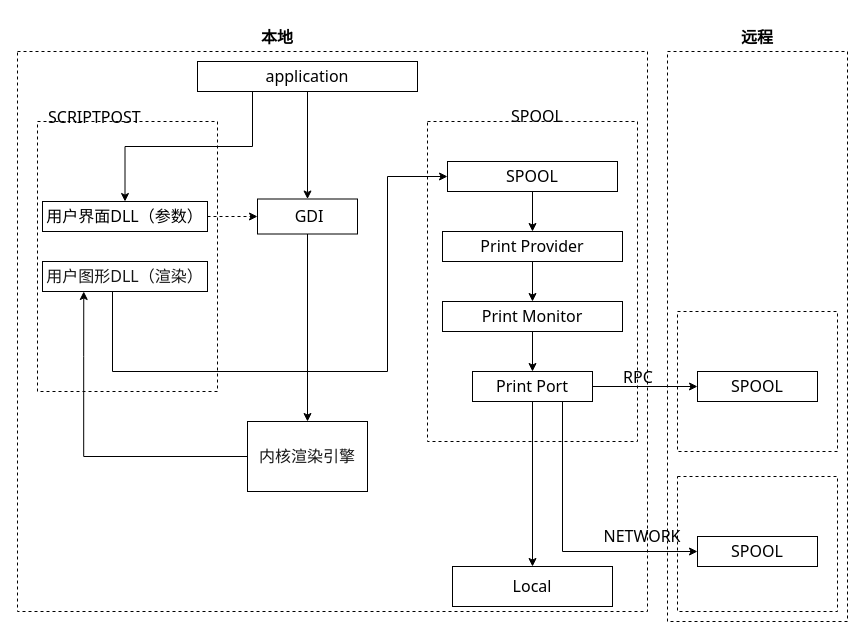
The draw.io diagram 未命名绘图.drawio in Lightbxx/UML, before the edit. Source tidied: cells renumbered, new cells numbered last; positions are measured from the earlier drawing's top-left corner, leaving out a move shared by most shapes. Both pictures are drawn from the tidied source at 100%, with x=0, y=0 at pixel (17, 22).
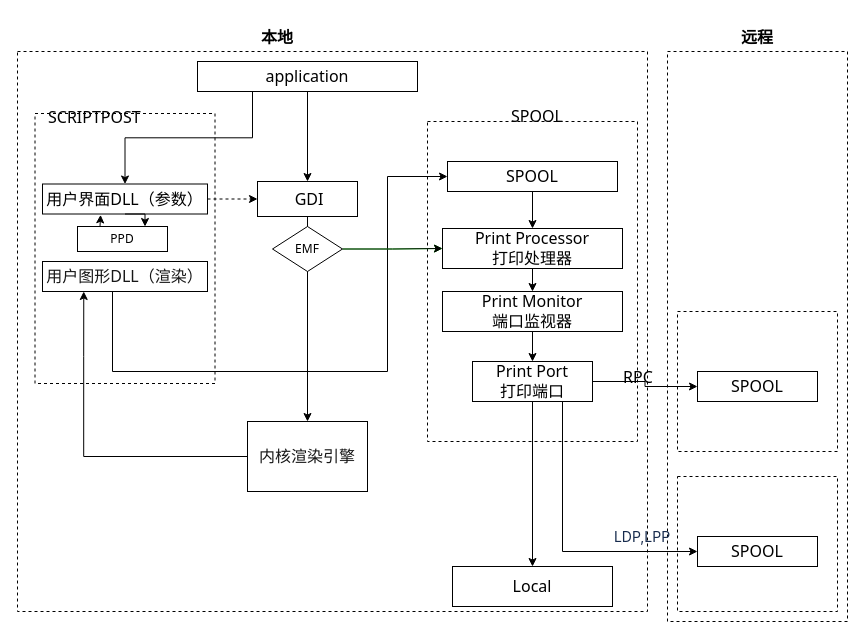
After the change.

Commit message:
更新未命名绘图.drawio

Change to the diagram source:
```diff
@@
+    <mxCell id="34" style="rounded=0;whiteSpace=wrap;html=1;dashed=1;strokeWidth=1;fontColor=#000000;fillColor=none;fontFamily=Tahoma;fontStyle=0;fontSize=16;" parent="1" vertex="1">
+      <mxGeometry x="410" y="99" width="210" height="320" as="geometry" />
+    </mxCell>
@@
     <mxCell id="7" value="&amp;nbsp;GDI" style="rounded=0;whiteSpace=wrap;html=1;fontSize=16;fontFamily=Tahoma;fontStyle=0;" parent="1" vertex="1">
-      <mxGeometry x="240" y="176.5" width="100" height="35" as="geometry" />
+      <mxGeometry x="240" y="159" width="100" height="35" as="geometry" />
     </mxCell>
@@
     <mxCell id="11" style="rounded=0;whiteSpace=wrap;html=1;dashed=1;fillColor=none;fontFamily=Tahoma;fontStyle=0;fontSize=16;" parent="1" vertex="1">
-      <mxGeometry x="20" y="99" width="180" height="270" as="geometry" />
+      <mxGeometry x="17.5" y="91" width="180" height="270" as="geometry" />
     </mxCell>
@@
+    <mxCell id="38" style="edgeStyle=orthogonalEdgeStyle;rounded=0;jettySize=auto;html=1;exitX=0.5;exitY=1;exitDx=0;exitDy=0;entryX=0.75;entryY=0;entryDx=0;entryDy=0;strokeColor=#000000;fontFamily=Tahoma;" parent="1" edge="1" source="13" target="43">
+      <mxGeometry relative="1" as="geometry" />
+    </mxCell>
     <mxCell id="13" value="&lt;font color=&quot;#000000&quot; style=&quot;font-size: 16px;&quot;&gt;&lt;span style=&quot;font-size: 16px; text-align: start; background-color: rgb(255, 255, 255);&quot;&gt;用户界面DLL（参数）&lt;/span&gt;&lt;/font&gt;" style="rounded=0;whiteSpace=wrap;html=1;fillColor=none;fontFamily=Tahoma;fontStyle=0;fontSize=16;" parent="1" vertex="1">
-      <mxGeometry x="25" y="179" width="165" height="30" as="geometry" />
+      <mxGeometry x="25" y="161.5" width="165" height="30" as="geometry" />
     </mxCell>
@@
-    <mxCell id="20" value="Print Provider" style="rounded=0;whiteSpace=wrap;html=1;fontColor=#000000;fillColor=none;fontFamily=Tahoma;fontStyle=0;fontSize=16;" parent="1" vertex="1">
-      <mxGeometry x="425" y="209" width="180" height="30" as="geometry" />
+    <mxCell id="20" value="Print Processor&lt;br&gt;打印处理器" style="rounded=0;whiteSpace=wrap;html=1;fontColor=#000000;fillColor=none;fontFamily=Tahoma;fontStyle=0;fontSize=16;" parent="1" vertex="1">
+      <mxGeometry x="425" y="206" width="180" height="40" as="geometry" />
     </mxCell>
@@
-    <mxCell id="22" value="Print Monitor" style="rounded=0;whiteSpace=wrap;html=1;strokeWidth=1;fontColor=#000000;fillColor=none;fontFamily=Tahoma;fontStyle=0;fontSize=16;" parent="1" vertex="1">
-      <mxGeometry x="425" y="279" width="180" height="30" as="geometry" />
+    <mxCell id="22" value="Print Monitor&lt;br&gt;端口监视器" style="rounded=0;whiteSpace=wrap;html=1;strokeWidth=1;fontColor=#000000;fillColor=none;fontFamily=Tahoma;fontStyle=0;fontSize=16;" parent="1" vertex="1">
+      <mxGeometry x="425" y="269" width="180" height="40" as="geometry" />
     </mxCell>
@@
-    <mxCell id="26" value="Print Port" style="rounded=0;whiteSpace=wrap;html=1;strokeWidth=1;fontColor=#000000;fillColor=none;fontFamily=Tahoma;fontStyle=0;fontSize=16;" parent="1" vertex="1">
-      <mxGeometry x="455" y="349" width="120" height="30" as="geometry" />
+    <mxCell id="26" value="Print Port&lt;br&gt;打印端口" style="rounded=0;whiteSpace=wrap;html=1;strokeWidth=1;fontColor=#000000;fillColor=none;fontFamily=Tahoma;fontStyle=0;fontSize=16;" parent="1" vertex="1">
+      <mxGeometry x="455" y="339" width="120" height="40" as="geometry" />
     </mxCell>
@@
-    <mxCell id="32" value="NETWORK" style="text;html=1;strokeColor=none;fillColor=none;align=center;verticalAlign=middle;whiteSpace=wrap;rounded=0;strokeWidth=1;fontColor=#000000;fontFamily=Tahoma;fontStyle=0;fontSize=16;" parent="1" vertex="1">
+    <mxCell id="32" value="&lt;div style=&quot;text-align: start;&quot;&gt;&lt;font face=&quot;-apple-system, BlinkMacSystemFont, Segoe UI, Roboto, Oxygen, Ubuntu, Fira Sans, Droid Sans, Helvetica Neue, sans-serif&quot; color=&quot;#172b4d&quot;&gt;&lt;span style=&quot;font-size: 14px;&quot;&gt;LDP,LPP&lt;/span&gt;&lt;/font&gt;&lt;/div&gt;" style="text;html=1;fillColor=none;align=center;verticalAlign=middle;whiteSpace=wrap;rounded=0;strokeWidth=1;fontFamily=Tahoma;fontStyle=0;fontSize=16;" parent="1" vertex="1">
       <mxGeometry x="595" y="499" width="60" height="30" as="geometry" />
     </mxCell>
@@
-    <mxCell id="34" style="rounded=0;whiteSpace=wrap;html=1;dashed=1;strokeWidth=1;fontColor=#000000;fillColor=none;fontFamily=Tahoma;fontStyle=0;fontSize=16;" parent="1" vertex="1">
-      <mxGeometry x="410" y="99" width="210" height="320" as="geometry" />
-    </mxCell>
@@
+    <mxCell id="39" style="edgeStyle=orthogonalEdgeStyle;rounded=0;jettySize=auto;html=1;entryX=0;entryY=0.5;entryDx=0;entryDy=0;strokeColor=#33FF33;fontFamily=Tahoma;" parent="1" edge="1" source="40" target="20">
+      <mxGeometry relative="1" as="geometry" />
+    </mxCell>
+    <mxCell id="40" value="EMF" style="rhombus;whiteSpace=wrap;html=1;labelBackgroundColor=none;strokeColor=default;fontFamily=Tahoma;" parent="1" vertex="1">
+      <mxGeometry x="255" y="204" width="70" height="45" as="geometry" />
+    </mxCell>
+    <mxCell id="41" style="edgeStyle=orthogonalEdgeStyle;rounded=0;jettySize=auto;html=1;strokeColor=#000000;fontFamily=Tahoma;" parent="1" edge="1" source="40" target="20">
+      <mxGeometry relative="1" as="geometry" />
+    </mxCell>
+    <mxCell id="42" style="edgeStyle=orthogonalEdgeStyle;rounded=0;jettySize=auto;html=1;exitX=0.25;exitY=0;exitDx=0;exitDy=0;entryX=0.352;entryY=1.028;entryDx=0;entryDy=0;entryPerimeter=0;strokeColor=#000000;fontFamily=Tahoma;" parent="1" edge="1" source="43" target="13">
+      <mxGeometry relative="1" as="geometry" />
+    </mxCell>
+    <mxCell id="43" value="PPD" style="rounded=0;whiteSpace=wrap;html=1;labelBackgroundColor=none;strokeColor=default;fontFamily=Tahoma;" parent="1" vertex="1">
+      <mxGeometry x="60" y="204" width="90" height="25" as="geometry" />
+    </mxCell>
```
